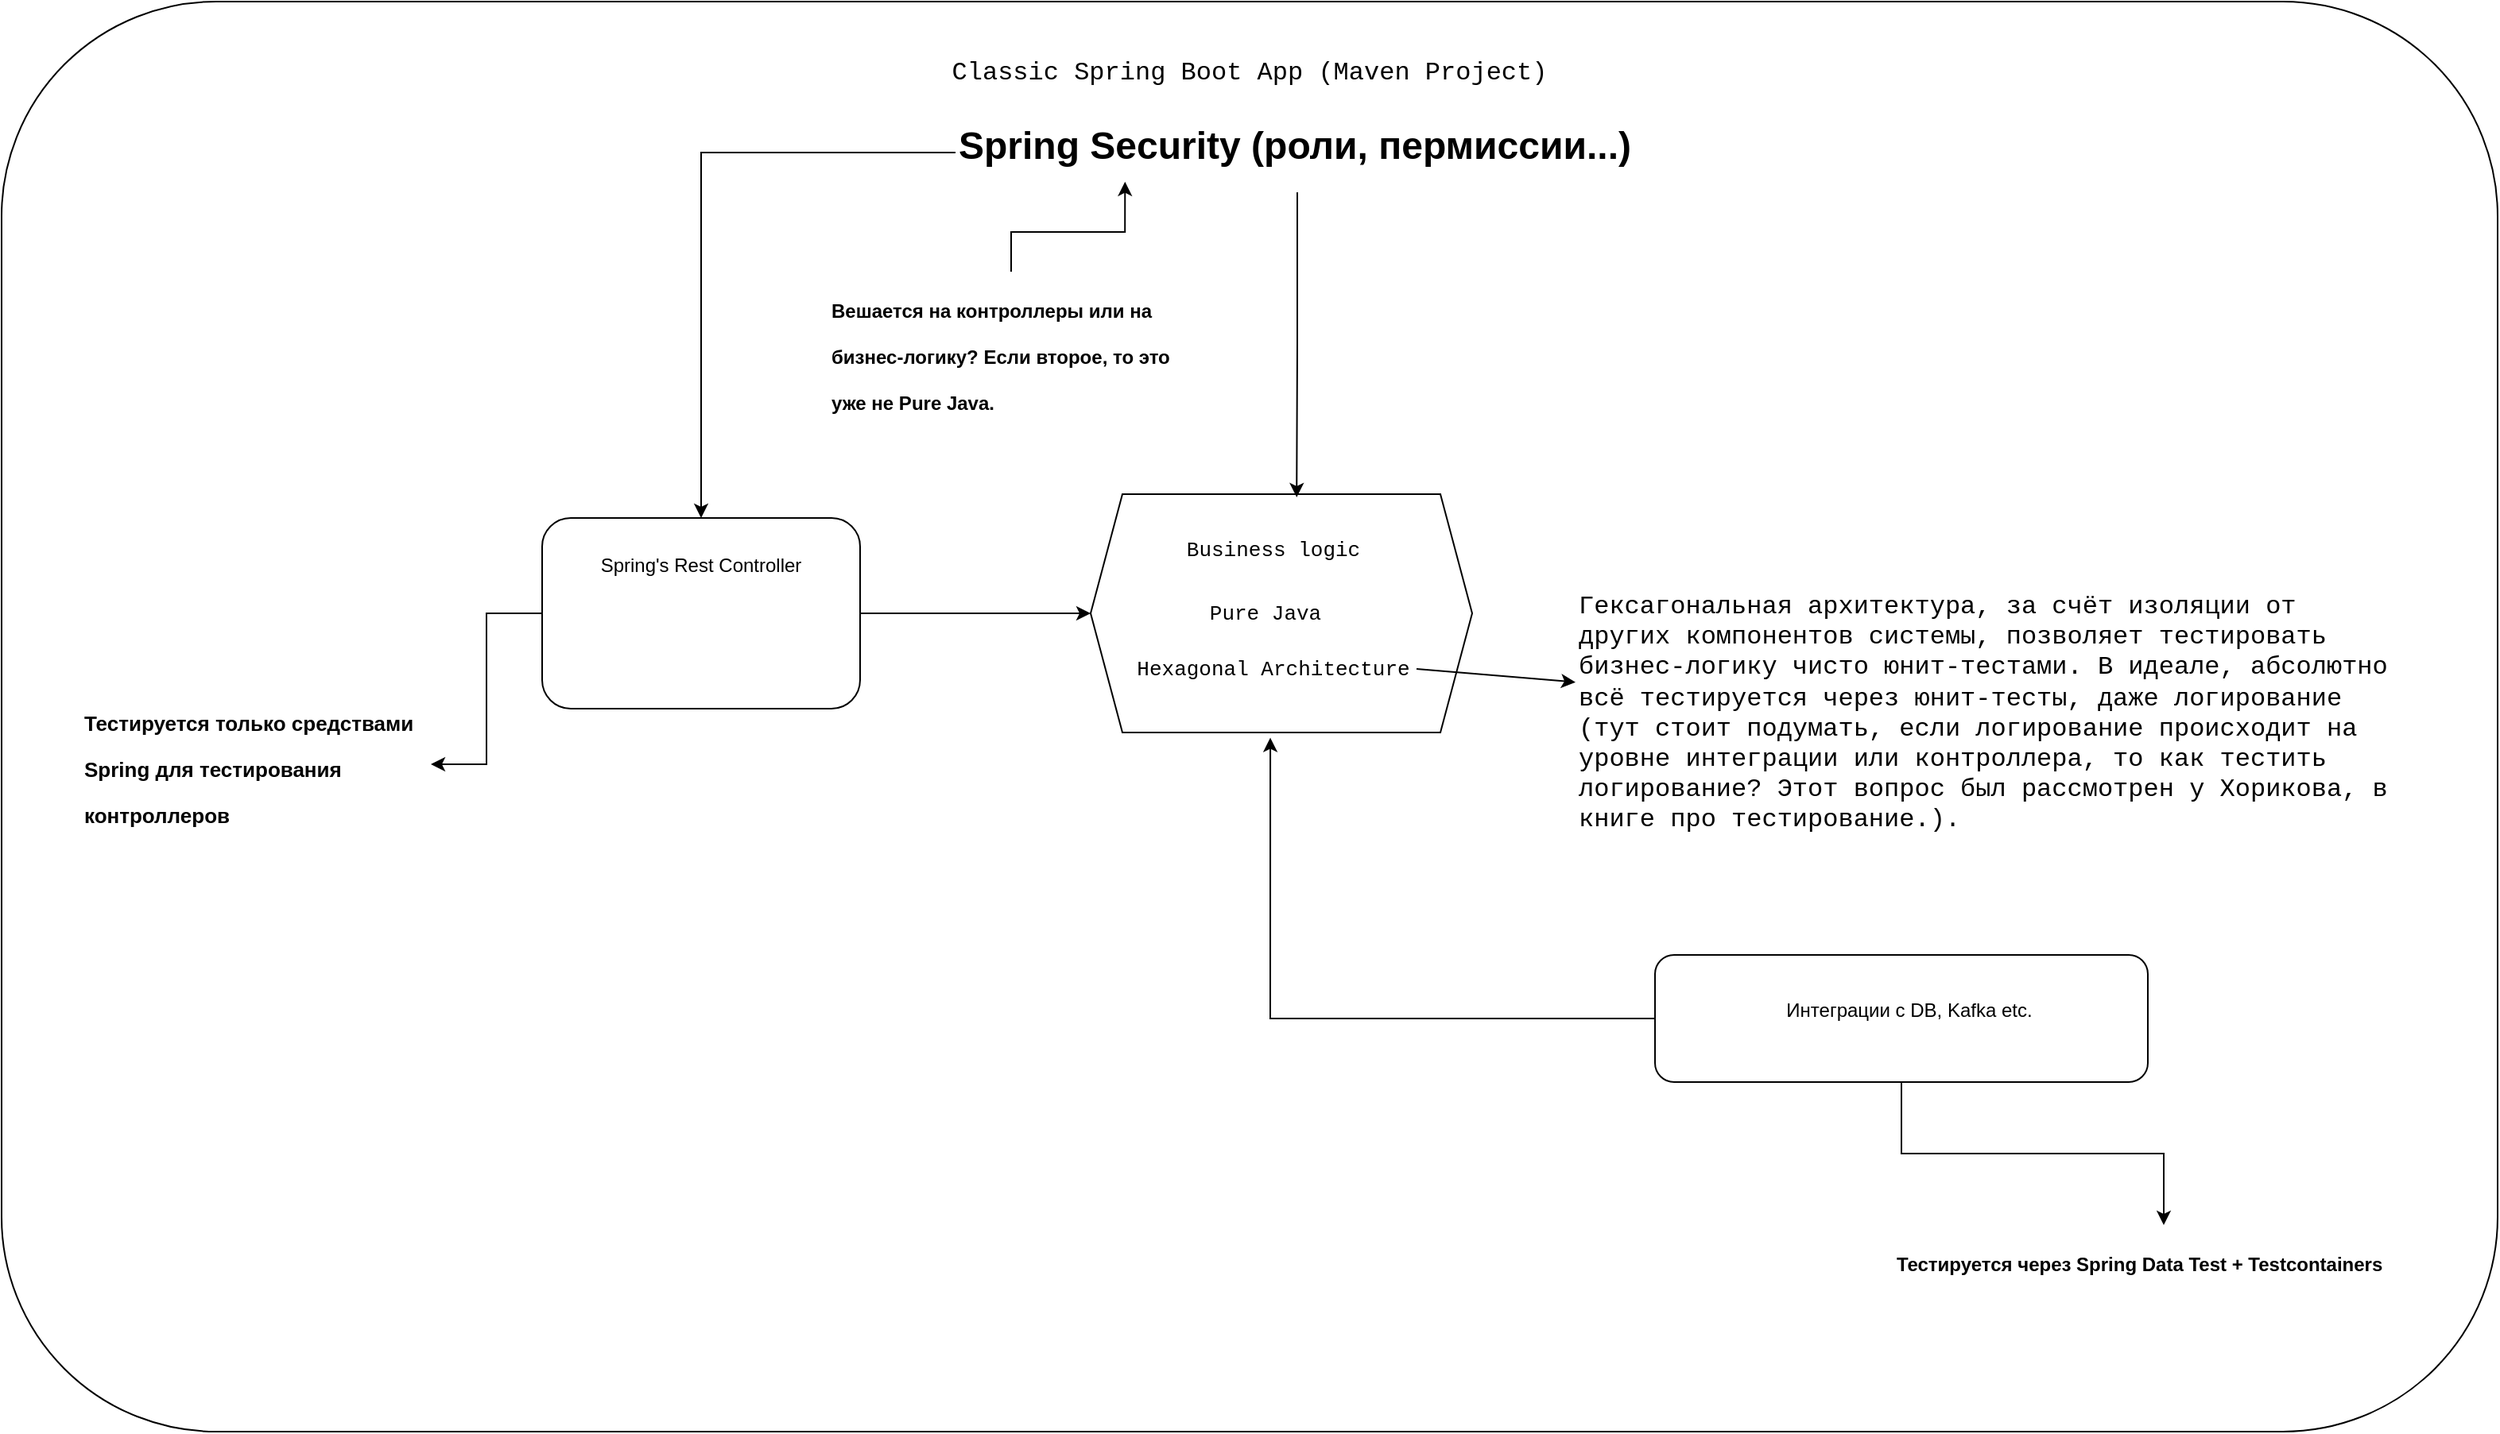
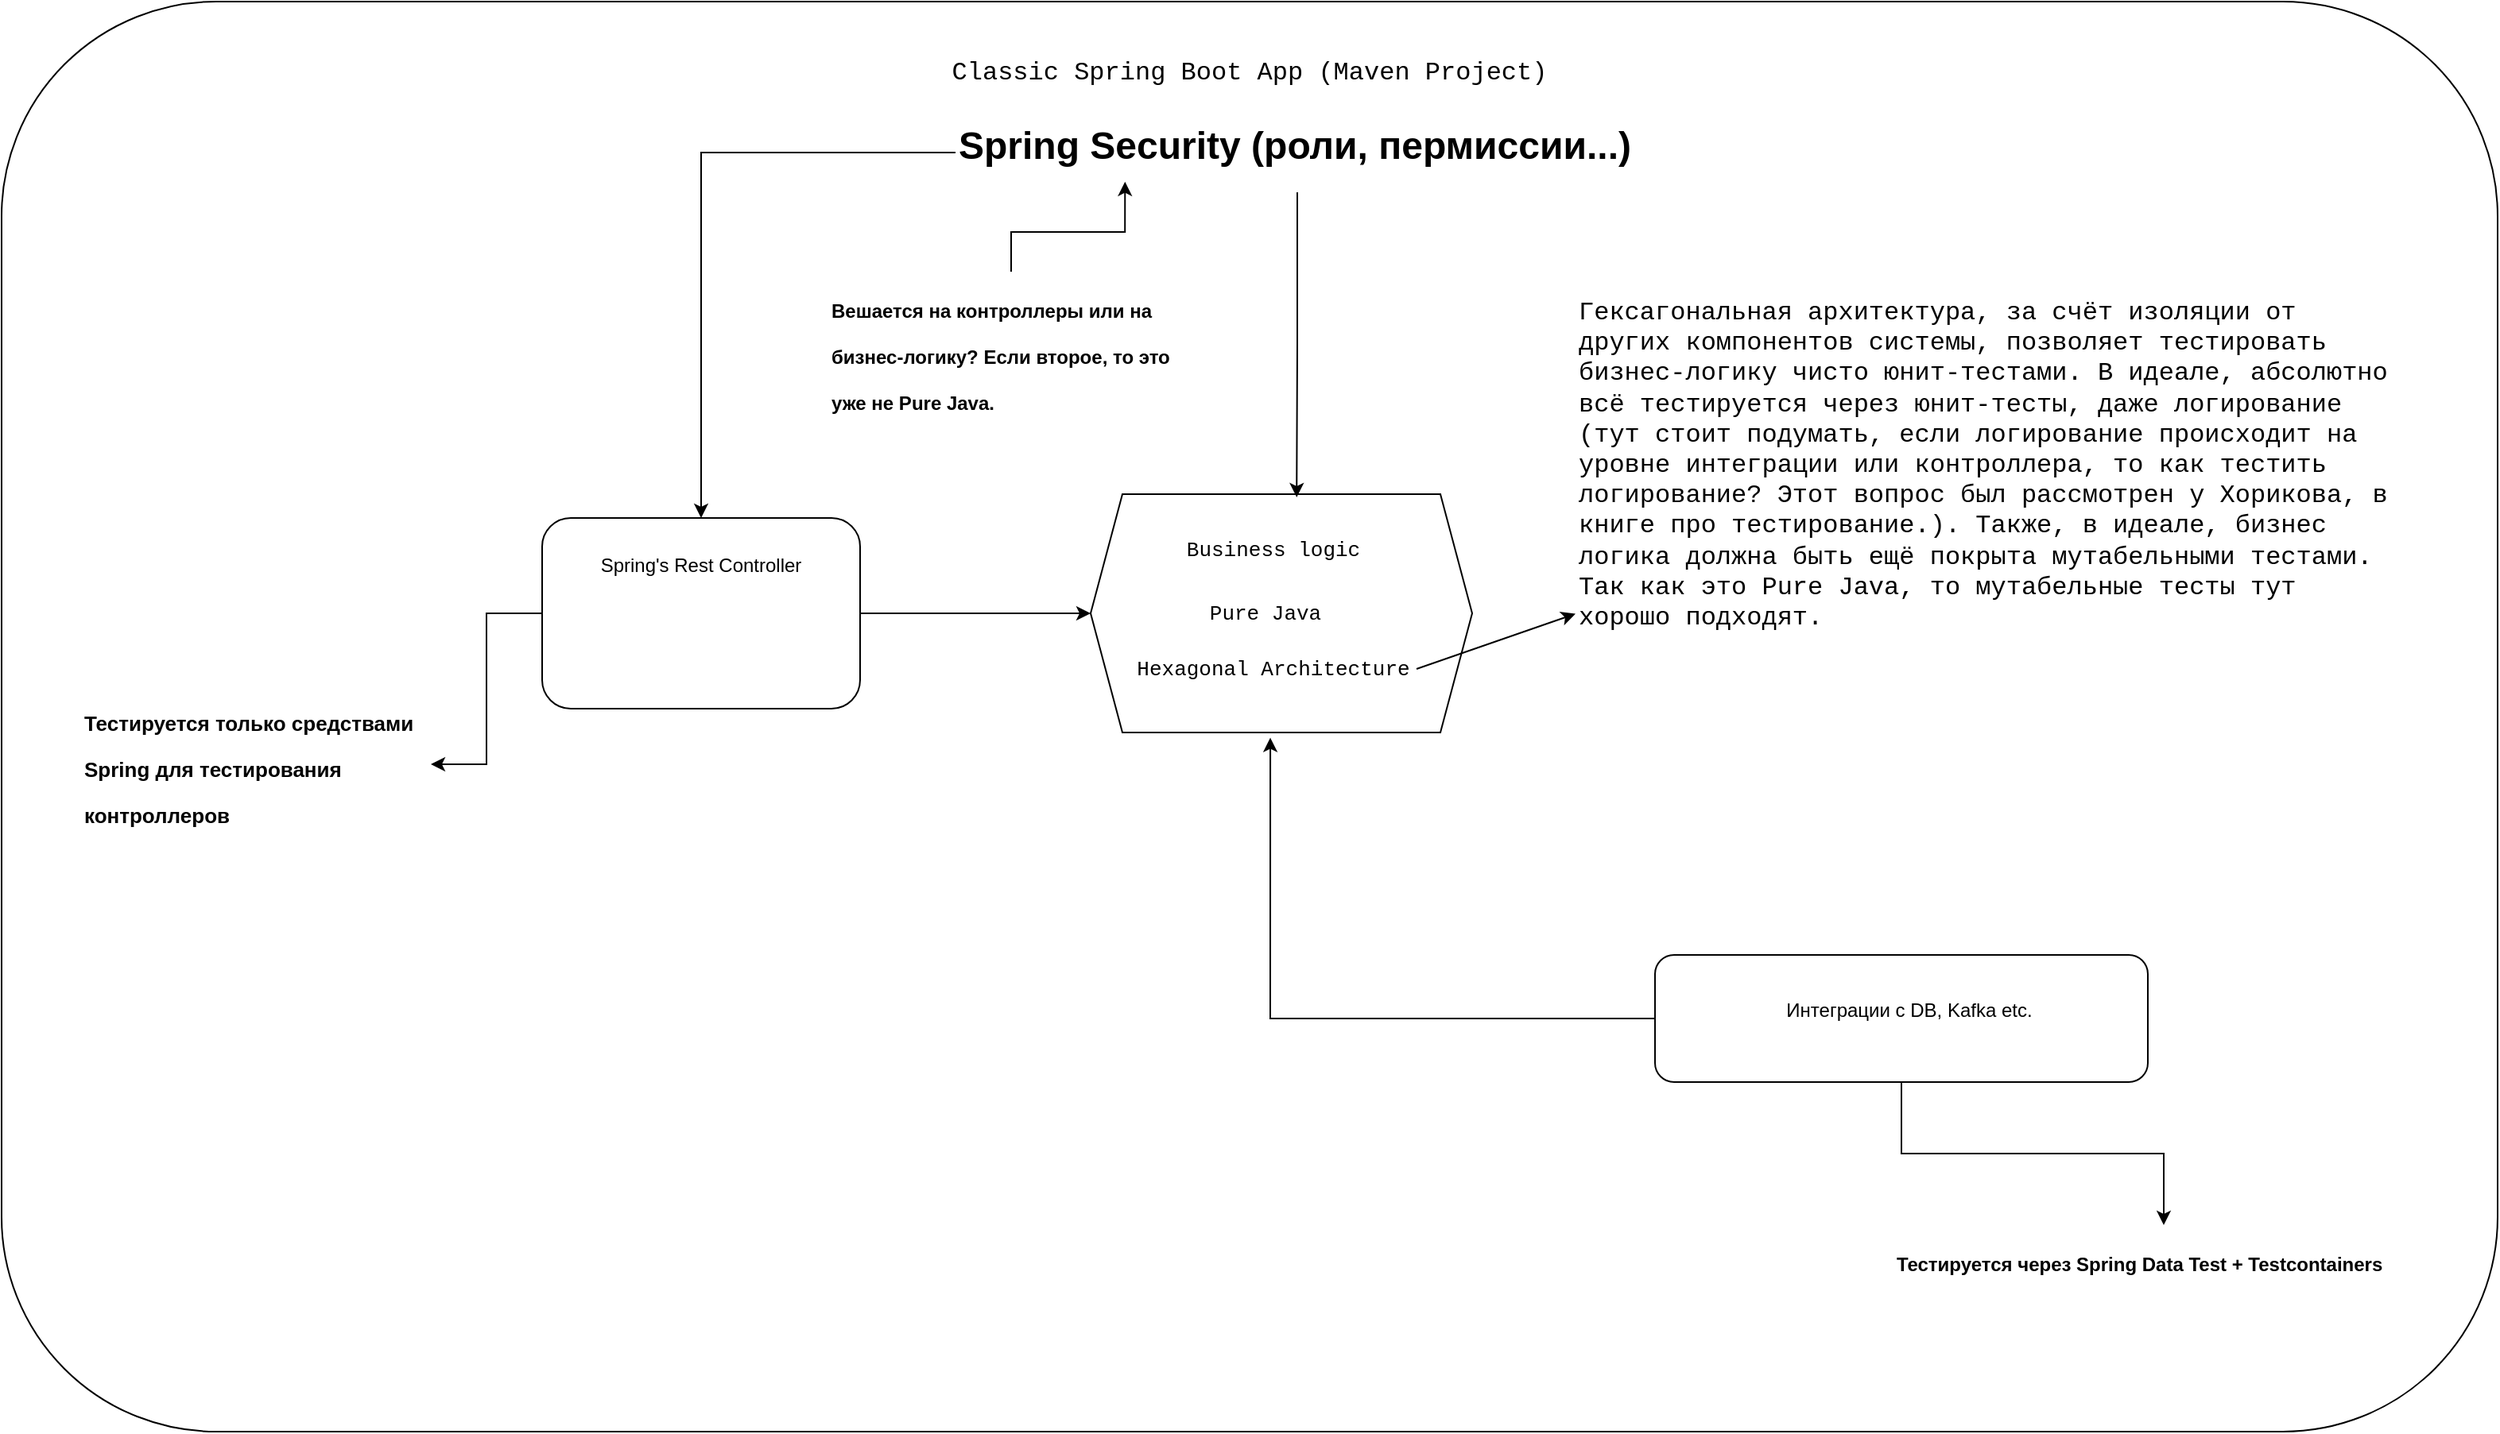
<mxfile host="app.diagrams.net">
  <diagram name="Page-1" id="LjJlObnih52HbGQaQb0i">
-     <mxGraphModel dx="2656" dy="1260" grid="1" gridSize="10" guides="1" tooltips="1" connect="1" arrows="1" fold="1" page="1" pageScale="1" pageWidth="850" pageHeight="1100" math="0" shadow="0">
+     <mxGraphModel dx="2024" dy="819" grid="1" gridSize="10" guides="1" tooltips="1" connect="1" arrows="1" fold="1" page="1" pageScale="1" pageWidth="850" pageHeight="1100" math="0" shadow="0">
      <root>
        <mxCell id="0" />
        <mxCell id="1" parent="0" />
        <mxCell id="pABJUcwdlSBN9XXVtCt0-2" parent="1" style="rounded=1;whiteSpace=wrap;html=1;" value="" vertex="1">
          <mxGeometry height="900" width="1570" x="-310" y="70" as="geometry" />
        </mxCell>
        <mxCell id="pABJUcwdlSBN9XXVtCt0-3" parent="1" style="text;html=1;whiteSpace=wrap;strokeColor=none;fillColor=none;align=center;verticalAlign=middle;rounded=0;fontFamily=Courier New;fontSize=16;" value="Classic Spring Boot App (Maven Project)" vertex="1">
          <mxGeometry height="30" width="480" x="235" y="100" as="geometry" />
        </mxCell>
        <mxCell id="pABJUcwdlSBN9XXVtCt0-15" edge="1" parent="1" source="pABJUcwdlSBN9XXVtCt0-4" style="edgeStyle=orthogonalEdgeStyle;rounded=0;orthogonalLoop=1;jettySize=auto;html=1;" target="pABJUcwdlSBN9XXVtCt0-7">
          <mxGeometry relative="1" as="geometry" />
        </mxCell>
        <mxCell id="pABJUcwdlSBN9XXVtCt0-20" edge="1" parent="1" source="pABJUcwdlSBN9XXVtCt0-4" style="edgeStyle=orthogonalEdgeStyle;rounded=0;orthogonalLoop=1;jettySize=auto;html=1;entryX=1;entryY=0.5;entryDx=0;entryDy=0;" target="pABJUcwdlSBN9XXVtCt0-19">
          <mxGeometry relative="1" as="geometry" />
        </mxCell>
        <mxCell id="pABJUcwdlSBN9XXVtCt0-4" parent="1" style="rounded=1;whiteSpace=wrap;html=1;" value="" vertex="1">
          <mxGeometry height="120" width="200" x="30" y="395" as="geometry" />
        </mxCell>
        <mxCell id="pABJUcwdlSBN9XXVtCt0-23" edge="1" parent="1" source="pABJUcwdlSBN9XXVtCt0-6" style="edgeStyle=orthogonalEdgeStyle;rounded=0;orthogonalLoop=1;jettySize=auto;html=1;" target="pABJUcwdlSBN9XXVtCt0-22">
          <mxGeometry relative="1" as="geometry" />
        </mxCell>
        <mxCell id="pABJUcwdlSBN9XXVtCt0-6" parent="1" style="rounded=1;whiteSpace=wrap;html=1;" value="" vertex="1">
          <mxGeometry height="80" width="310" x="730" y="670" as="geometry" />
        </mxCell>
        <mxCell id="pABJUcwdlSBN9XXVtCt0-7" parent="1" style="shape=hexagon;perimeter=hexagonPerimeter2;whiteSpace=wrap;html=1;fixedSize=1;" value="" vertex="1">
          <mxGeometry height="150" width="240" x="375" y="380" as="geometry" />
        </mxCell>
        <mxCell id="pABJUcwdlSBN9XXVtCt0-8" parent="1" style="text;html=1;whiteSpace=wrap;strokeColor=none;fillColor=none;align=center;verticalAlign=middle;rounded=0;fontFamily=Courier New;fontSize=13;" value="Business logic" vertex="1">
          <mxGeometry height="30" width="160" x="410" y="400" as="geometry" />
        </mxCell>
        <mxCell id="pABJUcwdlSBN9XXVtCt0-9" parent="1" style="text;html=1;whiteSpace=wrap;strokeColor=none;fillColor=none;align=center;verticalAlign=middle;rounded=0;fontFamily=Courier New;fontSize=13;" value="Pure Java" vertex="1">
          <mxGeometry height="30" width="130" x="420" y="440" as="geometry" />
        </mxCell>
        <mxCell id="pABJUcwdlSBN9XXVtCt0-11" parent="1" style="text;html=1;whiteSpace=wrap;strokeColor=none;fillColor=none;align=center;verticalAlign=middle;rounded=0;fontFamily=Courier New;fontSize=13;" value="Hexagonal Architecture" vertex="1">
          <mxGeometry height="40" width="200" x="390" y="470" as="geometry" />
        </mxCell>
-         <mxCell id="pABJUcwdlSBN9XXVtCt0-13" parent="1" style="text;html=1;whiteSpace=wrap;overflow=hidden;rounded=0;fontFamily=Courier New;fontSize=8;" value="&lt;h1 style=&quot;margin-top: 0px;&quot;&gt;&lt;span style=&quot;background-color: transparent; color: light-dark(rgb(0, 0, 0), rgb(255, 255, 255)); font-weight: normal;&quot;&gt;Гексагональная архитектура, за счёт изоляции от других компонентов системы, позволяет тестировать бизнес-логику чисто юнит-тестами. В идеале, абсолютно всё тестируется через юнит-тесты, даже логирование (тут стоит подумать, если логирование происходит на уровне интеграции или контроллера, то как тестить логирование? Этот вопрос был рассмотрен у Хорикова, в книге про тестирование.).&lt;/span&gt;&lt;/h1&gt;" vertex="1">
-           <mxGeometry height="170" width="520" x="680" y="435" as="geometry" />
+         <mxCell id="pABJUcwdlSBN9XXVtCt0-13" parent="1" style="text;html=1;whiteSpace=wrap;overflow=hidden;rounded=0;fontFamily=Courier New;fontSize=8;" value="&lt;h1 style=&quot;margin-top: 0px;&quot;&gt;&lt;span style=&quot;background-color: transparent; color: light-dark(rgb(0, 0, 0), rgb(255, 255, 255)); font-weight: normal;&quot;&gt;Гексагональная архитектура, за счёт изоляции от других компонентов системы, позволяет тестировать бизнес-логику чисто юнит-тестами. В идеале, абсолютно всё тестируется через юнит-тесты, даже логирование (тут стоит подумать, если логирование происходит на уровне интеграции или контроллера, то как тестить логирование? Этот вопрос был рассмотрен у Хорикова, в книге про тестирование.). Также, в идеале, бизнес логика должна быть ещё покрыта мутабельными тестами. Так как это Pure Java, то мутабельные тесты тут хорошо подходят.&lt;/span&gt;&lt;/h1&gt;" vertex="1">
+           <mxGeometry height="230" width="520" x="680" y="250" as="geometry" />
        </mxCell>
        <mxCell id="pABJUcwdlSBN9XXVtCt0-14" edge="1" parent="1" style="endArrow=classic;html=1;rounded=0;" target="pABJUcwdlSBN9XXVtCt0-13" value="">
          <mxGeometry height="50" relative="1" width="50" as="geometry">
            <mxPoint x="580" y="490" as="sourcePoint" />
            <mxPoint x="630" y="440" as="targetPoint" />
          </mxGeometry>
        </mxCell>
        <mxCell id="pABJUcwdlSBN9XXVtCt0-17" edge="1" parent="1" source="pABJUcwdlSBN9XXVtCt0-6" style="edgeStyle=orthogonalEdgeStyle;rounded=0;orthogonalLoop=1;jettySize=auto;html=1;entryX=0.471;entryY=1.022;entryDx=0;entryDy=0;entryPerimeter=0;" target="pABJUcwdlSBN9XXVtCt0-7">
          <mxGeometry relative="1" as="geometry" />
        </mxCell>
        <mxCell id="pABJUcwdlSBN9XXVtCt0-18" parent="1" style="text;html=1;whiteSpace=wrap;strokeColor=none;fillColor=none;align=center;verticalAlign=middle;rounded=0;" value="Spring&#39;s Rest Controller" vertex="1">
          <mxGeometry height="30" width="170" x="45" y="410" as="geometry" />
        </mxCell>
        <mxCell id="pABJUcwdlSBN9XXVtCt0-19" parent="1" style="text;html=1;whiteSpace=wrap;overflow=hidden;rounded=0;" value="&lt;h1 style=&quot;margin-top: 0px;&quot;&gt;&lt;font style=&quot;font-size: 13px;&quot;&gt;Тестируется только средствами Spring для тестирования контроллеров&lt;/font&gt;&lt;/h1&gt;" vertex="1">
          <mxGeometry height="100" width="220" x="-260" y="500" as="geometry" />
        </mxCell>
        <mxCell id="pABJUcwdlSBN9XXVtCt0-21" parent="1" style="text;html=1;whiteSpace=wrap;strokeColor=none;fillColor=none;align=center;verticalAlign=middle;rounded=0;" value="Интеграции с DB, Kafka etc." vertex="1">
          <mxGeometry height="30" width="280" x="750" y="690" as="geometry" />
        </mxCell>
        <mxCell id="pABJUcwdlSBN9XXVtCt0-22" parent="1" style="text;html=1;whiteSpace=wrap;overflow=hidden;rounded=0;" value="&lt;h1 style=&quot;margin-top: 0px;&quot;&gt;&lt;font style=&quot;font-size: 12px;&quot;&gt;Тестируется через Spring Data Test + Testcontainers&lt;/font&gt;&lt;/h1&gt;" vertex="1">
          <mxGeometry height="50" width="340" x="880" y="840" as="geometry" />
        </mxCell>
        <mxCell id="pABJUcwdlSBN9XXVtCt0-25" edge="1" parent="1" source="pABJUcwdlSBN9XXVtCt0-24" style="edgeStyle=orthogonalEdgeStyle;rounded=0;orthogonalLoop=1;jettySize=auto;html=1;entryX=0.5;entryY=0;entryDx=0;entryDy=0;" target="pABJUcwdlSBN9XXVtCt0-4">
          <mxGeometry relative="1" as="geometry" />
        </mxCell>
        <mxCell id="pABJUcwdlSBN9XXVtCt0-24" parent="1" style="text;html=1;whiteSpace=wrap;overflow=hidden;rounded=0;" value="&lt;h1 style=&quot;margin-top: 0px;&quot;&gt;Spring Security (роли, пермиссии...)&lt;/h1&gt;" vertex="1">
          <mxGeometry height="50" width="430" x="290" y="140" as="geometry" />
        </mxCell>
        <mxCell id="pABJUcwdlSBN9XXVtCt0-26" edge="1" parent="1" source="pABJUcwdlSBN9XXVtCt0-24" style="edgeStyle=orthogonalEdgeStyle;rounded=0;orthogonalLoop=1;jettySize=auto;html=1;entryX=0.54;entryY=0.013;entryDx=0;entryDy=0;entryPerimeter=0;" target="pABJUcwdlSBN9XXVtCt0-7">
          <mxGeometry relative="1" as="geometry" />
        </mxCell>
        <mxCell id="pABJUcwdlSBN9XXVtCt0-28" parent="1" style="text;html=1;whiteSpace=wrap;overflow=hidden;rounded=0;" value="&lt;h1 style=&quot;margin-top: 0px;&quot;&gt;&lt;font style=&quot;font-size: 12px;&quot;&gt;Вешается на контроллеры или на бизнес-логику? Если второе, то это уже не Pure Java.&lt;/font&gt;&lt;/h1&gt;" vertex="1">
          <mxGeometry height="100" width="230" x="210" y="240" as="geometry" />
        </mxCell>
        <mxCell id="pABJUcwdlSBN9XXVtCt0-29" edge="1" parent="1" source="pABJUcwdlSBN9XXVtCt0-28" style="edgeStyle=orthogonalEdgeStyle;rounded=0;orthogonalLoop=1;jettySize=auto;html=1;entryX=0.248;entryY=0.867;entryDx=0;entryDy=0;entryPerimeter=0;" target="pABJUcwdlSBN9XXVtCt0-24">
          <mxGeometry relative="1" as="geometry" />
        </mxCell>
      </root>
    </mxGraphModel>
  </diagram>
</mxfile>
